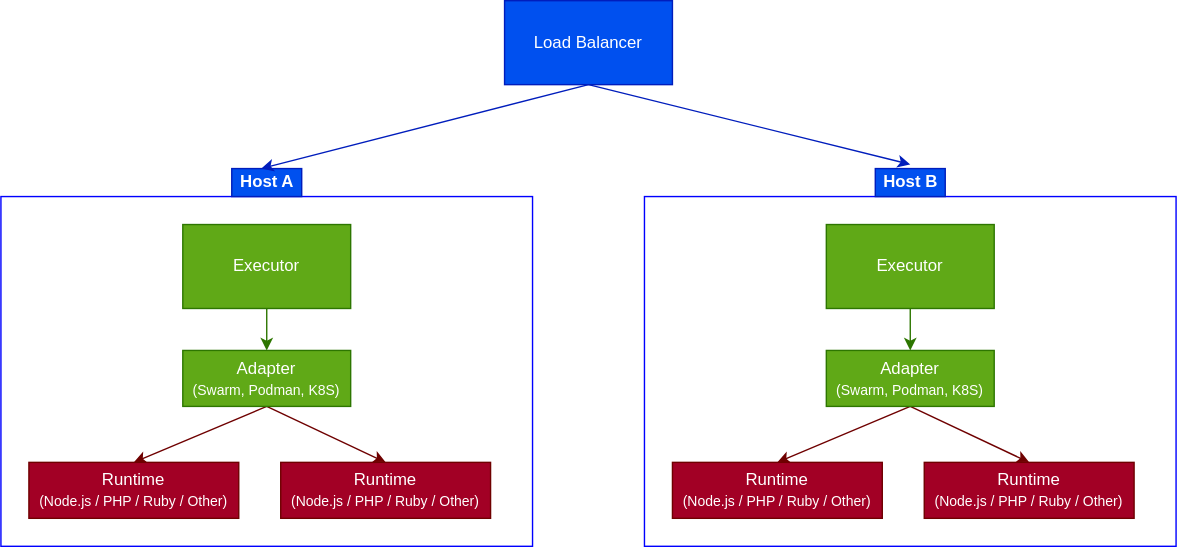
Earlier version of the draw.io export architecture.v1.drawio.svg (open-runtimes/open-runtimes). Source tidied: cells renumbered, new cells last; positions are measured from the earlier drawing's top-left corner, leaving out a move shared by most shapes. Source of this version:
```xml
<mxGraphModel>
  <root>
    <mxCell id="0" />
    <mxCell id="1" parent="0" />
    <mxCell id="2" style="rounded=0;whiteSpace=wrap;html=1;fontSize=10;fillColor=none;strokeColor=#0000FF;" parent="1" vertex="1">
      <mxGeometry y="140" width="380" height="250" as="geometry" />
    </mxCell>
    <mxCell id="3" style="edgeStyle=none;html=1;fillColor=#60a917;strokeColor=#2D7600;" parent="1" edge="1" source="4" target="7">
      <mxGeometry relative="1" as="geometry" />
    </mxCell>
    <mxCell id="4" value="Executor" style="rounded=0;whiteSpace=wrap;html=1;fillColor=#60a917;fontColor=#ffffff;strokeColor=#2D7600;" parent="1" vertex="1">
      <mxGeometry x="130" y="160" width="120" height="60" as="geometry" />
    </mxCell>
    <mxCell id="5" style="edgeStyle=none;rounded=1;html=1;exitX=0.5;exitY=1;exitDx=0;exitDy=0;entryX=0.5;entryY=0;entryDx=0;entryDy=0;fontSize=10;fillColor=#a20025;strokeColor=#6F0000;" parent="1" edge="1" source="7" target="10">
      <mxGeometry relative="1" as="geometry" />
    </mxCell>
    <mxCell id="6" style="edgeStyle=none;rounded=1;html=1;exitX=0.5;exitY=1;exitDx=0;exitDy=0;entryX=0.5;entryY=0;entryDx=0;entryDy=0;fontSize=10;fillColor=#a20025;strokeColor=#6F0000;" parent="1" edge="1" source="7" target="9">
      <mxGeometry relative="1" as="geometry" />
    </mxCell>
    <mxCell id="7" value="Adapter&lt;br&gt;&lt;font style=&quot;font-size: 10px&quot;&gt;(Swarm, Podman, K8S)&lt;/font&gt;" style="rounded=0;whiteSpace=wrap;html=1;fillColor=#60a917;fontColor=#ffffff;strokeColor=#2D7600;" parent="1" vertex="1">
      <mxGeometry x="130" y="250" width="120" height="40" as="geometry" />
    </mxCell>
    <mxCell id="8" value="&lt;span style=&quot;font-size: 12px&quot;&gt;&lt;b&gt;Host A&lt;/b&gt;&lt;/span&gt;" style="text;html=1;align=center;verticalAlign=middle;points=[];strokeColor=#001DBC;fillColor=#0050ef;fontSize=10;fontColor=#ffffff;" parent="1" vertex="1">
      <mxGeometry x="165" y="120" width="50" height="20" as="geometry" />
    </mxCell>
    <mxCell id="9" value="Runtime&lt;br&gt;&lt;font style=&quot;font-size: 10px&quot;&gt;(Node.js / PHP / Ruby / Other)&lt;/font&gt;" style="rounded=0;whiteSpace=wrap;html=1;fillColor=#a20025;fontColor=#ffffff;strokeColor=#6F0000;" parent="1" vertex="1">
      <mxGeometry x="20" y="330" width="150" height="40" as="geometry" />
    </mxCell>
    <mxCell id="10" value="Runtime&lt;br&gt;&lt;font style=&quot;font-size: 10px&quot;&gt;(Node.js / PHP / Ruby / Other)&lt;/font&gt;" style="rounded=0;whiteSpace=wrap;html=1;fillColor=#a20025;fontColor=#ffffff;strokeColor=#6F0000;" parent="1" vertex="1">
      <mxGeometry x="200" y="330" width="150" height="40" as="geometry" />
    </mxCell>
    <mxCell id="11" style="rounded=0;whiteSpace=wrap;html=1;fontSize=10;fillColor=none;strokeColor=#0000FF;" parent="1" vertex="1">
      <mxGeometry x="460" y="140" width="380" height="250" as="geometry" />
    </mxCell>
    <mxCell id="12" style="edgeStyle=none;html=1;fillColor=#60a917;strokeColor=#2D7600;" parent="1" edge="1" source="13" target="16">
      <mxGeometry relative="1" as="geometry" />
    </mxCell>
    <mxCell id="13" value="Executor" style="rounded=0;whiteSpace=wrap;html=1;fillColor=#60a917;fontColor=#ffffff;strokeColor=#2D7600;" parent="1" vertex="1">
      <mxGeometry x="590" y="160" width="120" height="60" as="geometry" />
    </mxCell>
    <mxCell id="14" style="edgeStyle=none;rounded=1;html=1;exitX=0.5;exitY=1;exitDx=0;exitDy=0;entryX=0.5;entryY=0;entryDx=0;entryDy=0;fontSize=10;fillColor=#a20025;strokeColor=#6F0000;" parent="1" edge="1" source="16" target="19">
      <mxGeometry relative="1" as="geometry" />
    </mxCell>
    <mxCell id="15" style="edgeStyle=none;rounded=1;html=1;exitX=0.5;exitY=1;exitDx=0;exitDy=0;entryX=0.5;entryY=0;entryDx=0;entryDy=0;fontSize=10;fillColor=#a20025;strokeColor=#6F0000;" parent="1" edge="1" source="16" target="18">
      <mxGeometry relative="1" as="geometry" />
    </mxCell>
    <mxCell id="16" value="Adapter&lt;br&gt;&lt;font style=&quot;font-size: 10px&quot;&gt;(Swarm, Podman, K8S)&lt;/font&gt;" style="rounded=0;whiteSpace=wrap;html=1;fillColor=#60a917;fontColor=#ffffff;strokeColor=#2D7600;" parent="1" vertex="1">
      <mxGeometry x="590" y="250" width="120" height="40" as="geometry" />
    </mxCell>
    <mxCell id="17" value="&lt;span style=&quot;font-size: 12px&quot;&gt;&lt;b&gt;Host B&lt;/b&gt;&lt;/span&gt;" style="text;html=1;align=center;verticalAlign=middle;points=[];strokeColor=#001DBC;fillColor=#0050ef;fontSize=10;fontColor=#ffffff;" parent="1" vertex="1">
      <mxGeometry x="625" y="120" width="50" height="20" as="geometry" />
    </mxCell>
    <mxCell id="18" value="Runtime&lt;br&gt;&lt;font style=&quot;font-size: 10px&quot;&gt;(Node.js / PHP / Ruby / Other)&lt;/font&gt;" style="rounded=0;whiteSpace=wrap;html=1;fillColor=#a20025;fontColor=#ffffff;strokeColor=#6F0000;" parent="1" vertex="1">
      <mxGeometry x="480" y="330" width="150" height="40" as="geometry" />
    </mxCell>
    <mxCell id="19" value="Runtime&lt;br&gt;&lt;font style=&quot;font-size: 10px&quot;&gt;(Node.js / PHP / Ruby / Other)&lt;/font&gt;" style="rounded=0;whiteSpace=wrap;html=1;fillColor=#a20025;fontColor=#ffffff;strokeColor=#6F0000;" parent="1" vertex="1">
      <mxGeometry x="660" y="330" width="150" height="40" as="geometry" />
    </mxCell>
    <mxCell id="20" style="edgeStyle=none;rounded=1;html=1;exitX=0.5;exitY=1;exitDx=0;exitDy=0;entryX=0.42;entryY=0;entryDx=0;entryDy=0;entryPerimeter=0;fontSize=10;fillColor=#0050ef;strokeColor=#001DBC;" parent="1" edge="1" source="22" target="8">
      <mxGeometry relative="1" as="geometry" />
    </mxCell>
    <mxCell id="21" style="edgeStyle=none;rounded=1;html=1;exitX=0.5;exitY=1;exitDx=0;exitDy=0;entryX=0.5;entryY=-0.15;entryDx=0;entryDy=0;entryPerimeter=0;fontSize=10;fillColor=#0050ef;strokeColor=#001DBC;" parent="1" edge="1" source="22" target="17">
      <mxGeometry relative="1" as="geometry" />
    </mxCell>
    <mxCell id="22" value="Load Balancer" style="rounded=0;whiteSpace=wrap;html=1;fillColor=#0050ef;fontColor=#ffffff;strokeColor=#001DBC;" parent="1" vertex="1">
      <mxGeometry x="360" width="120" height="60" as="geometry" />
    </mxCell>
  </root>
</mxGraphModel>
```
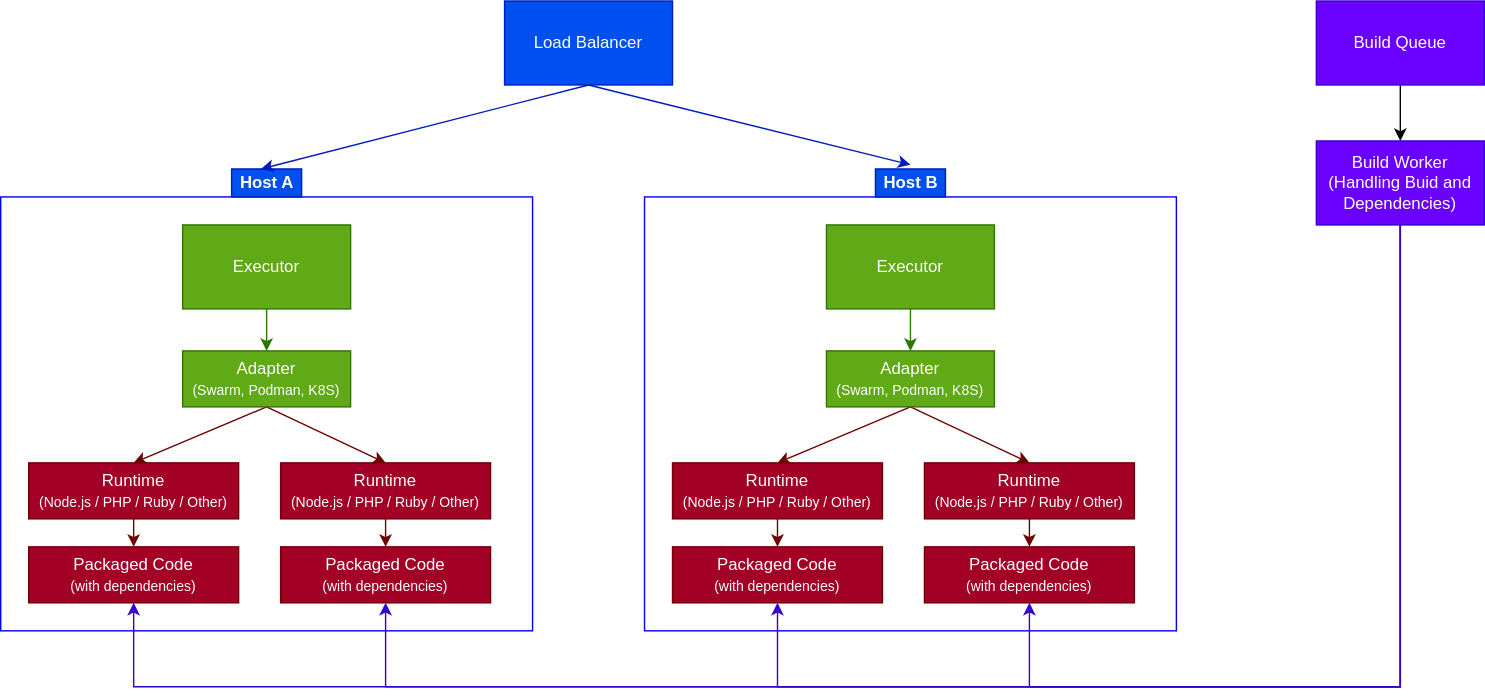
Later version of the same file.

The edit, as a diff of the source:
```diff
@@ -3,7 +3,7 @@
     <mxCell id="0" />
     <mxCell id="1" parent="0" />
     <mxCell id="2" style="rounded=0;whiteSpace=wrap;html=1;fontSize=10;fillColor=none;strokeColor=#0000FF;" parent="1" vertex="1">
-      <mxGeometry y="140" width="380" height="250" as="geometry" />
+      <mxGeometry y="140" width="380" height="310" as="geometry" />
     </mxCell>
     <mxCell id="3" style="edgeStyle=none;html=1;fillColor=#60a917;strokeColor=#2D7600;" parent="1" edge="1" source="4" target="7">
       <mxGeometry relative="1" as="geometry" />
@@ -23,14 +23,20 @@
     <mxCell id="8" value="&lt;span style=&quot;font-size: 12px&quot;&gt;&lt;b&gt;Host A&lt;/b&gt;&lt;/span&gt;" style="text;html=1;align=center;verticalAlign=middle;points=[];strokeColor=#001DBC;fillColor=#0050ef;fontSize=10;fontColor=#ffffff;" parent="1" vertex="1">
       <mxGeometry x="165" y="120" width="50" height="20" as="geometry" />
     </mxCell>
+    <mxCell id="23" style="edgeStyle=none;html=1;fillColor=#a20025;strokeColor=#6F0000;" parent="1" edge="1" source="9" target="27">
+      <mxGeometry relative="1" as="geometry" />
+    </mxCell>
     <mxCell id="9" value="Runtime&lt;br&gt;&lt;font style=&quot;font-size: 10px&quot;&gt;(Node.js / PHP / Ruby / Other)&lt;/font&gt;" style="rounded=0;whiteSpace=wrap;html=1;fillColor=#a20025;fontColor=#ffffff;strokeColor=#6F0000;" parent="1" vertex="1">
       <mxGeometry x="20" y="330" width="150" height="40" as="geometry" />
     </mxCell>
+    <mxCell id="24" style="edgeStyle=none;html=1;exitX=0.5;exitY=1;exitDx=0;exitDy=0;entryX=0.5;entryY=0;entryDx=0;entryDy=0;fillColor=#a20025;strokeColor=#6F0000;" parent="1" edge="1" source="10" target="28">
+      <mxGeometry relative="1" as="geometry" />
+    </mxCell>
     <mxCell id="10" value="Runtime&lt;br&gt;&lt;font style=&quot;font-size: 10px&quot;&gt;(Node.js / PHP / Ruby / Other)&lt;/font&gt;" style="rounded=0;whiteSpace=wrap;html=1;fillColor=#a20025;fontColor=#ffffff;strokeColor=#6F0000;" parent="1" vertex="1">
       <mxGeometry x="200" y="330" width="150" height="40" as="geometry" />
     </mxCell>
     <mxCell id="11" style="rounded=0;whiteSpace=wrap;html=1;fontSize=10;fillColor=none;strokeColor=#0000FF;" parent="1" vertex="1">
-      <mxGeometry x="460" y="140" width="380" height="250" as="geometry" />
+      <mxGeometry x="460" y="140" width="380" height="310" as="geometry" />
     </mxCell>
     <mxCell id="12" style="edgeStyle=none;html=1;fillColor=#60a917;strokeColor=#2D7600;" parent="1" edge="1" source="13" target="16">
       <mxGeometry relative="1" as="geometry" />
@@ -50,9 +56,15 @@
     <mxCell id="17" value="&lt;span style=&quot;font-size: 12px&quot;&gt;&lt;b&gt;Host B&lt;/b&gt;&lt;/span&gt;" style="text;html=1;align=center;verticalAlign=middle;points=[];strokeColor=#001DBC;fillColor=#0050ef;fontSize=10;fontColor=#ffffff;" parent="1" vertex="1">
       <mxGeometry x="625" y="120" width="50" height="20" as="geometry" />
     </mxCell>
+    <mxCell id="25" style="edgeStyle=none;html=1;exitX=0.5;exitY=1;exitDx=0;exitDy=0;entryX=0.5;entryY=0;entryDx=0;entryDy=0;fillColor=#a20025;strokeColor=#6F0000;" parent="1" edge="1" source="18" target="29">
+      <mxGeometry relative="1" as="geometry" />
+    </mxCell>
     <mxCell id="18" value="Runtime&lt;br&gt;&lt;font style=&quot;font-size: 10px&quot;&gt;(Node.js / PHP / Ruby / Other)&lt;/font&gt;" style="rounded=0;whiteSpace=wrap;html=1;fillColor=#a20025;fontColor=#ffffff;strokeColor=#6F0000;" parent="1" vertex="1">
       <mxGeometry x="480" y="330" width="150" height="40" as="geometry" />
     </mxCell>
+    <mxCell id="26" style="edgeStyle=none;html=1;exitX=0.5;exitY=1;exitDx=0;exitDy=0;entryX=0.5;entryY=0;entryDx=0;entryDy=0;fillColor=#a20025;strokeColor=#6F0000;" parent="1" edge="1" source="19" target="30">
+      <mxGeometry relative="1" as="geometry" />
+    </mxCell>
     <mxCell id="19" value="Runtime&lt;br&gt;&lt;font style=&quot;font-size: 10px&quot;&gt;(Node.js / PHP / Ruby / Other)&lt;/font&gt;" style="rounded=0;whiteSpace=wrap;html=1;fillColor=#a20025;fontColor=#ffffff;strokeColor=#6F0000;" parent="1" vertex="1">
       <mxGeometry x="660" y="330" width="150" height="40" as="geometry" />
     </mxCell>
@@ -65,5 +77,58 @@
     <mxCell id="22" value="Load Balancer" style="rounded=0;whiteSpace=wrap;html=1;fillColor=#0050ef;fontColor=#ffffff;strokeColor=#001DBC;" parent="1" vertex="1">
       <mxGeometry x="360" width="120" height="60" as="geometry" />
     </mxCell>
+    <mxCell id="27" value="&lt;font&gt;Packaged Code&lt;br&gt;&lt;/font&gt;&lt;font style=&quot;font-size: 10px&quot;&gt;(with dependencies)&lt;/font&gt;" style="rounded=0;whiteSpace=wrap;html=1;fillColor=#a20025;fontColor=#ffffff;strokeColor=#6F0000;" parent="1" vertex="1">
+      <mxGeometry x="20" y="390" width="150" height="40" as="geometry" />
+    </mxCell>
+    <mxCell id="28" value="&lt;font&gt;Packaged Code&lt;br&gt;&lt;/font&gt;&lt;font style=&quot;font-size: 10px&quot;&gt;(with dependencies)&lt;/font&gt;" style="rounded=0;whiteSpace=wrap;html=1;fillColor=#a20025;fontColor=#ffffff;strokeColor=#6F0000;" parent="1" vertex="1">
+      <mxGeometry x="200" y="390" width="150" height="40" as="geometry" />
+    </mxCell>
+    <mxCell id="29" value="&lt;font&gt;Packaged Code&lt;br&gt;&lt;/font&gt;&lt;font style=&quot;font-size: 10px&quot;&gt;(with dependencies)&lt;/font&gt;" style="rounded=0;whiteSpace=wrap;html=1;fillColor=#a20025;fontColor=#ffffff;strokeColor=#6F0000;" parent="1" vertex="1">
+      <mxGeometry x="480" y="390" width="150" height="40" as="geometry" />
+    </mxCell>
+    <mxCell id="30" value="&lt;font&gt;Packaged Code&lt;br&gt;&lt;/font&gt;&lt;font style=&quot;font-size: 10px&quot;&gt;(with dependencies)&lt;/font&gt;" style="rounded=0;whiteSpace=wrap;html=1;fillColor=#a20025;fontColor=#ffffff;strokeColor=#6F0000;" parent="1" vertex="1">
+      <mxGeometry x="660" y="390" width="150" height="40" as="geometry" />
+    </mxCell>
+    <mxCell id="31" style="edgeStyle=none;html=1;" parent="1" edge="1" source="32" target="37">
+      <mxGeometry relative="1" as="geometry" />
+    </mxCell>
+    <mxCell id="32" value="Build Queue" style="rounded=0;whiteSpace=wrap;html=1;fillColor=#6a00ff;fontColor=#ffffff;strokeColor=#3700CC;" parent="1" vertex="1">
+      <mxGeometry x="940" width="120" height="60" as="geometry" />
+    </mxCell>
+    <mxCell id="33" style="edgeStyle=orthogonalEdgeStyle;html=1;exitX=0.5;exitY=1;exitDx=0;exitDy=0;entryX=0.5;entryY=1;entryDx=0;entryDy=0;rounded=0;fillColor=#6a00ff;strokeColor=#3700CC;" parent="1" edge="1" source="37" target="30">
+      <mxGeometry relative="1" as="geometry">
+        <Array as="points">
+          <mxPoint x="1000" y="490" />
+          <mxPoint x="735" y="490" />
+        </Array>
+      </mxGeometry>
+    </mxCell>
+    <mxCell id="34" style="edgeStyle=orthogonalEdgeStyle;rounded=0;html=1;exitX=0.5;exitY=1;exitDx=0;exitDy=0;entryX=0.5;entryY=1;entryDx=0;entryDy=0;fillColor=#6a00ff;strokeColor=#3700CC;" parent="1" edge="1" source="37" target="29">
+      <mxGeometry relative="1" as="geometry">
+        <Array as="points">
+          <mxPoint x="1000" y="490" />
+          <mxPoint x="555" y="490" />
+        </Array>
+      </mxGeometry>
+    </mxCell>
+    <mxCell id="35" style="edgeStyle=orthogonalEdgeStyle;rounded=0;html=1;exitX=0.5;exitY=1;exitDx=0;exitDy=0;entryX=0.5;entryY=1;entryDx=0;entryDy=0;fillColor=#6a00ff;strokeColor=#3700CC;" parent="1" edge="1" source="37" target="28">
+      <mxGeometry relative="1" as="geometry">
+        <Array as="points">
+          <mxPoint x="1000" y="490" />
+          <mxPoint x="275" y="490" />
+        </Array>
+      </mxGeometry>
+    </mxCell>
+    <mxCell id="36" style="edgeStyle=orthogonalEdgeStyle;rounded=0;html=1;exitX=0.5;exitY=1;exitDx=0;exitDy=0;entryX=0.5;entryY=1;entryDx=0;entryDy=0;fillColor=#6a00ff;strokeColor=#3700CC;" parent="1" edge="1" source="37" target="27">
+      <mxGeometry relative="1" as="geometry">
+        <Array as="points">
+          <mxPoint x="1000" y="490" />
+          <mxPoint x="95" y="490" />
+        </Array>
+      </mxGeometry>
+    </mxCell>
+    <mxCell id="37" value="Build Worker&lt;br&gt;(Handling Buid and Dependencies)" style="rounded=0;whiteSpace=wrap;html=1;fillColor=#6a00ff;fontColor=#ffffff;strokeColor=#3700CC;" parent="1" vertex="1">
+      <mxGeometry x="940" y="100" width="120" height="60" as="geometry" />
+    </mxCell>
   </root>
 </mxGraphModel>
```
